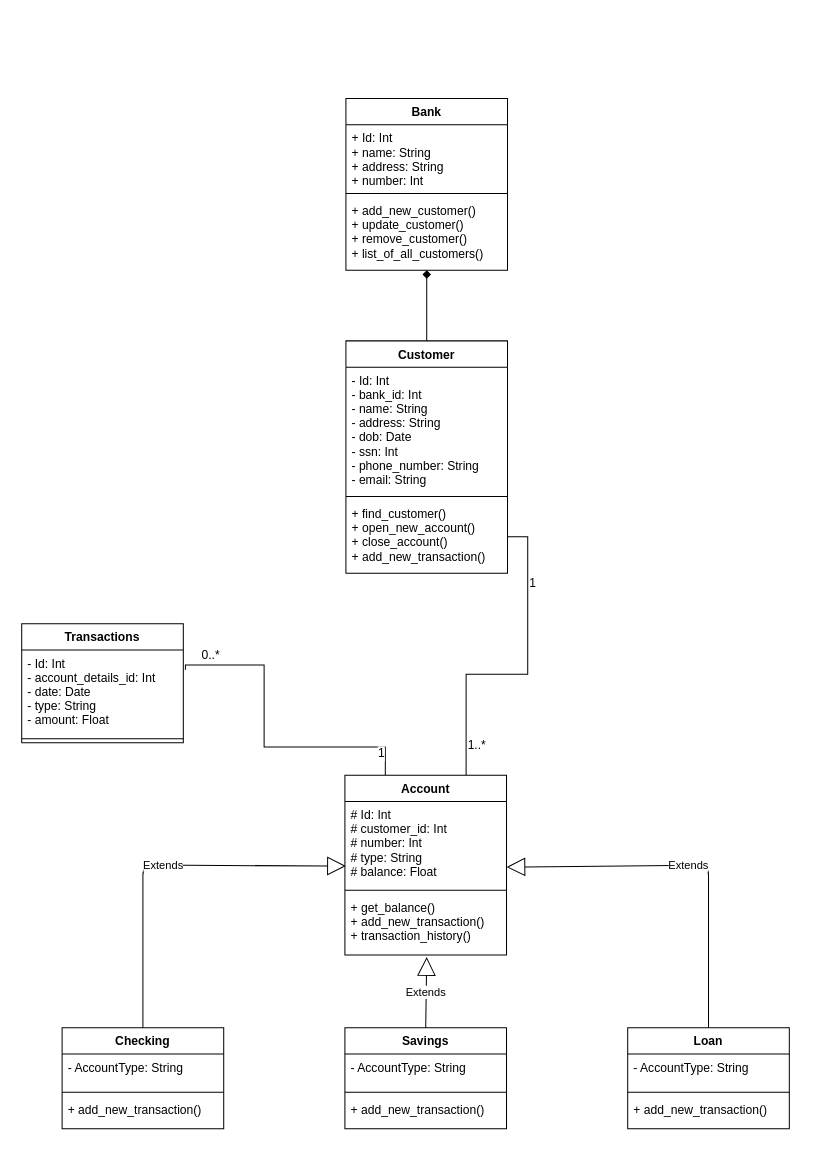
Len-X/Pet_Project-Virtual_Bank keeps this draw.io diagram as page "Page-1" (1 of 3) of UML/Pet_Project_UML.drawio. Above is the earlier version. Source tidied: cells renumbered, new cells numbered last; positions are measured from the earlier drawing's top-left corner, leaving out a move shared by most shapes. Both pictures are drawn from the tidied source at 101%, with x=0, y=0 at pixel (21, 98).
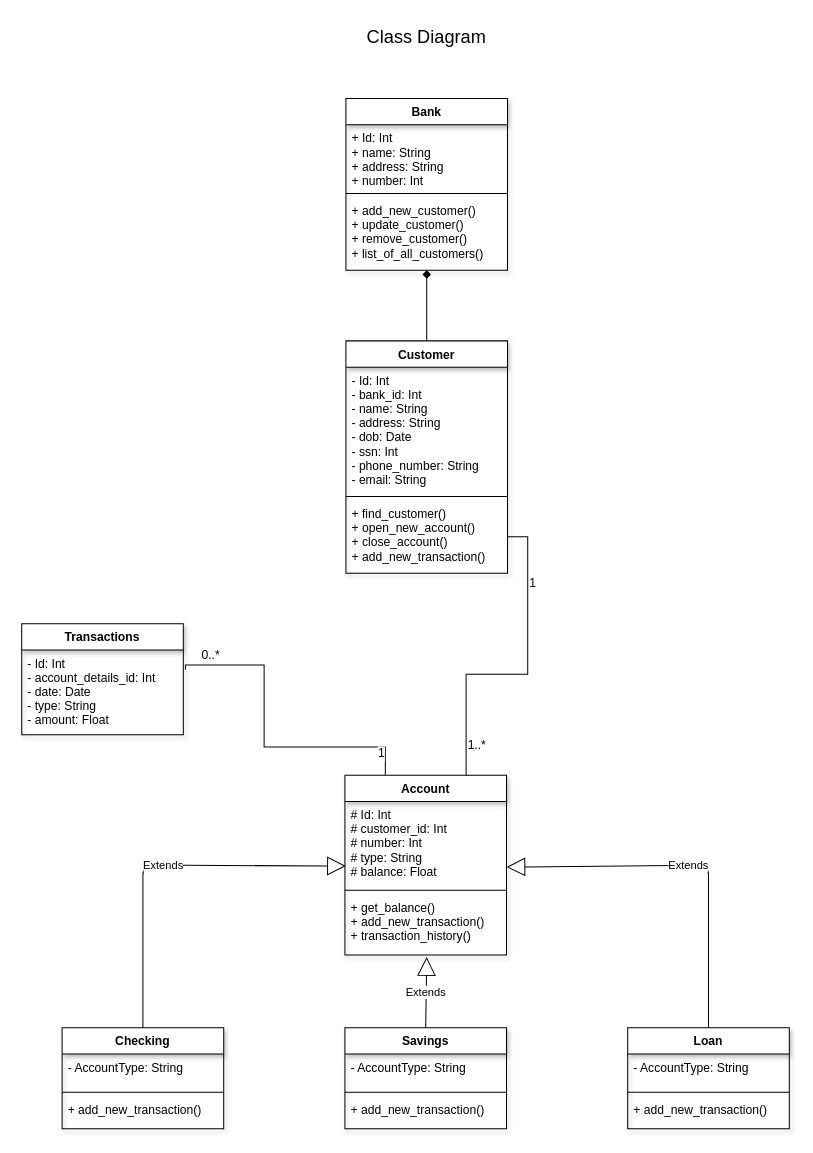
Above is the later version.

The edit, as a diff of the source:
```diff
@@
-    <mxCell id="3" value="Bank" style="swimlane;fontStyle=1;align=center;verticalAlign=top;horizontal=1;startSize=26;" parent="1" vertex="1">
+    <mxCell id="3" value="Bank" style="swimlane;fontStyle=1;align=center;verticalAlign=top;horizontal=1;startSize=26;shadow=1;" parent="1" vertex="1">
       <mxGeometry x="321" width="160" height="170" as="geometry" />
     </mxCell>
@@
-    <mxCell id="7" value="Customer" style="swimlane;fontStyle=1;align=center;verticalAlign=top;horizontal=1;startSize=26;" parent="1" vertex="1">
+    <mxCell id="7" value="Customer" style="swimlane;fontStyle=1;align=center;verticalAlign=top;horizontal=1;startSize=26;shadow=1;" parent="1" vertex="1">
       <mxGeometry x="321" y="240" width="160" height="230" as="geometry" />
     </mxCell>
@@
-    <mxCell id="11" value="Account" style="swimlane;fontStyle=1;align=center;verticalAlign=top;horizontal=1;startSize=26;" parent="1" vertex="1">
+    <mxCell id="11" value="Account" style="swimlane;fontStyle=1;align=center;verticalAlign=top;horizontal=1;startSize=26;shadow=1;" parent="1" vertex="1">
       <mxGeometry x="320" y="670" width="160" height="178" as="geometry" />
     </mxCell>
@@
-    <mxCell id="15" value="Checking" style="swimlane;fontStyle=1;align=center;verticalAlign=top;horizontal=1;startSize=26;" parent="1" vertex="1">
+    <mxCell id="15" value="Checking" style="swimlane;fontStyle=1;align=center;verticalAlign=top;horizontal=1;startSize=26;shadow=1;" parent="1" vertex="1">
       <mxGeometry x="40" y="920" width="160" height="100" as="geometry" />
     </mxCell>
@@
-    <mxCell id="19" value="Transactions" style="swimlane;fontStyle=1;align=center;verticalAlign=top;horizontal=1;startSize=26;" parent="1" vertex="1">
-      <mxGeometry y="520" width="160" height="118" as="geometry" />
+    <mxCell id="19" value="Transactions" style="swimlane;fontStyle=1;align=center;verticalAlign=top;horizontal=1;startSize=26;shadow=1;swimlaneLine=1;" parent="1" vertex="1">
+      <mxGeometry y="520" width="160" height="110" as="geometry" />
     </mxCell>
@@
-    <mxCell id="21" style="line;strokeWidth=1;fillColor=none;align=left;verticalAlign=middle;spacingTop=-1;spacingLeft=3;spacingRight=3;labelPosition=right;" parent="19" vertex="1">
-      <mxGeometry y="110" width="160" height="8" as="geometry" />
-    </mxCell>
-    <mxCell id="22" value="Savings" style="swimlane;fontStyle=1;align=center;verticalAlign=top;horizontal=1;startSize=26;" parent="1" vertex="1">
+    <mxCell id="22" value="Savings" style="swimlane;fontStyle=1;align=center;verticalAlign=top;horizontal=1;startSize=26;shadow=1;" parent="1" vertex="1">
       <mxGeometry x="320" y="920" width="160" height="100" as="geometry" />
     </mxCell>
@@
-    <mxCell id="26" value="Loan" style="swimlane;fontStyle=1;align=center;verticalAlign=top;horizontal=1;startSize=26;" parent="1" vertex="1">
+    <mxCell id="26" value="Loan" style="swimlane;fontStyle=1;align=center;verticalAlign=top;horizontal=1;startSize=26;shadow=1;" parent="1" vertex="1">
       <mxGeometry x="600" y="920" width="160" height="100" as="geometry" />
     </mxCell>
@@
+    <mxCell id="39" value="&lt;font style=&quot;font-size: 18px&quot;&gt;Class Diagram&lt;/font&gt;" style="text;html=1;strokeColor=none;fillColor=none;align=center;verticalAlign=middle;whiteSpace=wrap;rounded=0;" parent="1" vertex="1">
+      <mxGeometry x="301" y="-80" width="200" height="40" as="geometry" />
+    </mxCell>
```
